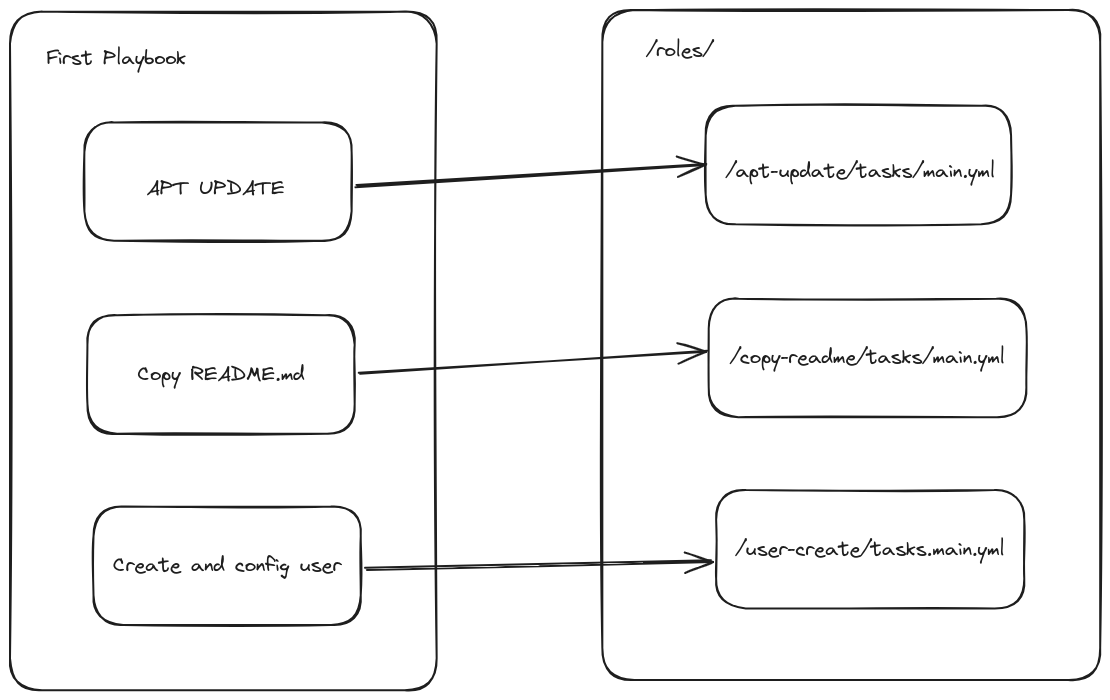
This is content/tutorials/ansible/playbook-to-roles.excalidraw.png from SimonScholz/simonscholz.github.io, a Excalidraw export, as it was before one commit. Source tidied: one line per element, renumbered; positions are measured from the earlier drawing's top-left corner, leaving out a move shared by most shapes. Source of this version:
```json
{"id": 0, "type": "rectangle", "strokeColor": "#1e1e1e", "strokeWidth": 2, "roughness": 1, "round": true, "x": 0, "y": 2, "width": 427, "height": 679}
{"id": 1, "type": "text", "text": "APT UPDATE", "strokeColor": "#1e1e1e", "strokeWidth": 2, "roughness": 1, "fontSize": 20, "fontFamily": 1, "x": 137, "y": 166, "width": 138, "height": 25}
{"id": 2, "type": "rectangle", "strokeColor": "#1e1e1e", "strokeWidth": 2, "roughness": 1, "round": true, "x": 74, "y": 112, "width": 267, "height": 118}
{"id": 3, "type": "text", "text": "First Playbook", "strokeColor": "#1e1e1e", "strokeWidth": 2, "roughness": 1, "fontSize": 20, "fontFamily": 1, "x": 36, "y": 36, "width": 140, "height": 25}
{"id": 4, "type": "rectangle", "strokeColor": "#1e1e1e", "strokeWidth": 2, "roughness": 1, "round": true, "x": 77, "y": 305, "width": 267, "height": 118}
{"id": 5, "type": "text", "text": "Copy README.md", "strokeColor": "#1e1e1e", "strokeWidth": 2, "roughness": 1, "fontSize": 20, "fontFamily": 1, "textAlign": "center", "verticalAlign": "middle", "inside": 4, "x": 127, "y": 352, "width": 167, "height": 25}
{"id": 6, "type": "rectangle", "strokeColor": "#1e1e1e", "strokeWidth": 2, "roughness": 1, "round": true, "x": 84, "y": 497, "width": 267, "height": 118}
{"id": 7, "type": "text", "text": "Create and config user", "strokeColor": "#1e1e1e", "strokeWidth": 2, "roughness": 1, "fontSize": 20, "fontFamily": 1, "textAlign": "center", "verticalAlign": "middle", "inside": 6, "x": 103, "y": 543, "width": 228, "height": 25}
{"id": 8, "type": "rectangle", "strokeColor": "#1e1e1e", "strokeWidth": 2, "roughness": 1, "round": true, "x": 592, "y": 0, "width": 498, "height": 670}
{"id": 9, "type": "text", "text": "/roles/", "strokeColor": "#1e1e1e", "strokeWidth": 2, "roughness": 1, "fontSize": 20, "fontFamily": 1, "x": 636, "y": 28, "width": 67, "height": 25}
{"id": 10, "type": "text", "text": "/apt-update/tasks/main.yml", "strokeColor": "#1e1e1e", "strokeWidth": 2, "roughness": 1, "fontSize": 20, "fontFamily": 1, "x": 716, "y": 149, "width": 269, "height": 25}
{"id": 11, "type": "rectangle", "strokeColor": "#1e1e1e", "strokeWidth": 2, "roughness": 1, "round": true, "x": 696, "y": 96, "width": 305, "height": 118}
{"id": 12, "type": "rectangle", "strokeColor": "#1e1e1e", "strokeWidth": 2, "roughness": 1, "round": true, "x": 699, "y": 289, "width": 318, "height": 118}
{"id": 13, "type": "text", "text": "/copy-readme/tasks/main.yml", "strokeColor": "#1e1e1e", "strokeWidth": 2, "roughness": 1, "fontSize": 20, "fontFamily": 1, "textAlign": "center", "verticalAlign": "middle", "inside": 12, "x": 720, "y": 335, "width": 275, "height": 25}
{"id": 14, "type": "rectangle", "strokeColor": "#1e1e1e", "strokeWidth": 2, "roughness": 1, "round": true, "x": 706, "y": 480, "width": 308, "height": 118}
{"id": 15, "type": "text", "text": "/user-create/tasks.main.yml", "strokeColor": "#1e1e1e", "strokeWidth": 2, "roughness": 1, "fontSize": 20, "fontFamily": 1, "textAlign": "center", "verticalAlign": "middle", "inside": 14, "x": 726, "y": 527, "width": 269, "height": 25}
{"id": 16, "type": "arrow", "strokeColor": "#1e1e1e", "strokeWidth": 2, "roughness": 1, "endArrowhead": "arrow", "round": true, "from": 2, "x": 346, "y": 175, "width": 350, "height": 20, "points": [[0, 0], [350, -20]]}
{"id": 17, "type": "arrow", "strokeColor": "#1e1e1e", "strokeWidth": 2, "roughness": 1, "endArrowhead": "arrow", "round": true, "from": 4, "to": 12, "x": 350, "y": 364, "width": 347, "height": 22, "points": [[0, 0], [347, -22]]}
{"id": 18, "type": "arrow", "strokeColor": "#1e1e1e", "strokeWidth": 2, "roughness": 1, "endArrowhead": "arrow", "round": true, "from": 6, "to": 14, "x": 356, "y": 558, "width": 346, "height": 8, "points": [[0, 0], [346, -8]]}
```
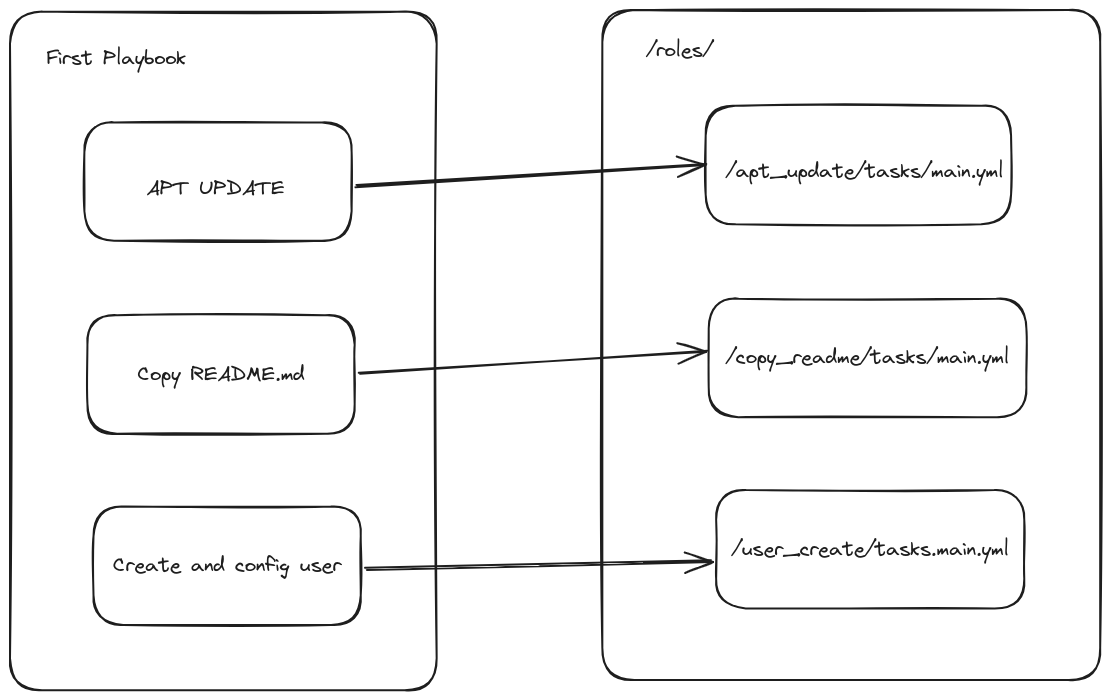
The same file after the commit.

Commit message:
[ansible] Adjust task naming

What changed in the source:
```diff
@@ -8,12 +8,12 @@
 {"id": 7, "type": "text", "text": "Create and config user", "strokeColor": "#1e1e1e", "strokeWidth": 2, "roughness": 1, "fontSize": 20, "fontFamily": 1, "textAlign": "center", "verticalAlign": "middle", "inside": 6, "x": 103, "y": 543, "width": 228, "height": 25}
 {"id": 8, "type": "rectangle", "strokeColor": "#1e1e1e", "strokeWidth": 2, "roughness": 1, "round": true, "x": 592, "y": 0, "width": 498, "height": 670}
 {"id": 9, "type": "text", "text": "/roles/", "strokeColor": "#1e1e1e", "strokeWidth": 2, "roughness": 1, "fontSize": 20, "fontFamily": 1, "x": 636, "y": 28, "width": 67, "height": 25}
-{"id": 10, "type": "text", "text": "/apt-update/tasks/main.yml", "strokeColor": "#1e1e1e", "strokeWidth": 2, "roughness": 1, "fontSize": 20, "fontFamily": 1, "x": 716, "y": 149, "width": 269, "height": 25}
+{"id": 10, "type": "text", "text": "/apt_update/tasks/main.yml", "strokeColor": "#1e1e1e", "strokeWidth": 2, "roughness": 1, "fontSize": 20, "fontFamily": 1, "x": 716, "y": 149, "width": 278, "height": 25}
 {"id": 11, "type": "rectangle", "strokeColor": "#1e1e1e", "strokeWidth": 2, "roughness": 1, "round": true, "x": 696, "y": 96, "width": 305, "height": 118}
 {"id": 12, "type": "rectangle", "strokeColor": "#1e1e1e", "strokeWidth": 2, "roughness": 1, "round": true, "x": 699, "y": 289, "width": 318, "height": 118}
-{"id": 13, "type": "text", "text": "/copy-readme/tasks/main.yml", "strokeColor": "#1e1e1e", "strokeWidth": 2, "roughness": 1, "fontSize": 20, "fontFamily": 1, "textAlign": "center", "verticalAlign": "middle", "inside": 12, "x": 720, "y": 335, "width": 275, "height": 25}
+{"id": 13, "type": "text", "text": "/copy_readme/tasks/main.yml", "strokeColor": "#1e1e1e", "strokeWidth": 2, "roughness": 1, "fontSize": 20, "fontFamily": 1, "textAlign": "center", "verticalAlign": "middle", "inside": 12, "x": 716, "y": 335, "width": 283, "height": 25}
 {"id": 14, "type": "rectangle", "strokeColor": "#1e1e1e", "strokeWidth": 2, "roughness": 1, "round": true, "x": 706, "y": 480, "width": 308, "height": 118}
-{"id": 15, "type": "text", "text": "/user-create/tasks.main.yml", "strokeColor": "#1e1e1e", "strokeWidth": 2, "roughness": 1, "fontSize": 20, "fontFamily": 1, "textAlign": "center", "verticalAlign": "middle", "inside": 14, "x": 726, "y": 527, "width": 269, "height": 25}
+{"id": 15, "type": "text", "text": "/user_create/tasks.main.yml", "strokeColor": "#1e1e1e", "strokeWidth": 2, "roughness": 1, "fontSize": 20, "fontFamily": 1, "textAlign": "center", "verticalAlign": "middle", "inside": 14, "x": 721, "y": 527, "width": 278, "height": 25}
 {"id": 16, "type": "arrow", "strokeColor": "#1e1e1e", "strokeWidth": 2, "roughness": 1, "endArrowhead": "arrow", "round": true, "from": 2, "x": 346, "y": 175, "width": 350, "height": 20, "points": [[0, 0], [350, -20]]}
 {"id": 17, "type": "arrow", "strokeColor": "#1e1e1e", "strokeWidth": 2, "roughness": 1, "endArrowhead": "arrow", "round": true, "from": 4, "to": 12, "x": 350, "y": 364, "width": 347, "height": 22, "points": [[0, 0], [347, -22]]}
 {"id": 18, "type": "arrow", "strokeColor": "#1e1e1e", "strokeWidth": 2, "roughness": 1, "endArrowhead": "arrow", "round": true, "from": 6, "to": 14, "x": 356, "y": 558, "width": 346, "height": 8, "points": [[0, 0], [346, -8]]}
```
